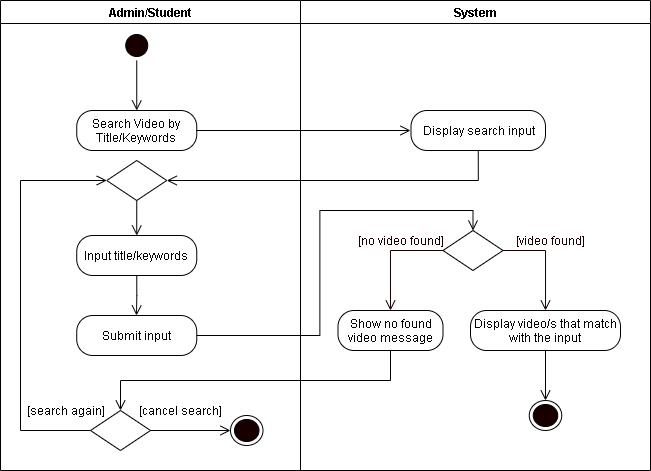
The draw.io diagram REVISIONS/UML-DIAGRAMS/6-9-2021/ACTIVITY DIAGRAM/11-Title Search.png in mrklglsn/CAPSTONE-FILES, before a commit. Source tidied: cells renumbered, new cells last; positions are measured from the earlier drawing's top-left corner, leaving out a move shared by most shapes. The source it was exported from:
```xml
<mxGraphModel>
  <root>
    <mxCell id="0" />
    <mxCell id="1" parent="0" />
    <mxCell id="2" value="Admin/Student" style="swimlane;startSize=23;" parent="1" vertex="1">
      <mxGeometry width="300" height="470" as="geometry" />
    </mxCell>
    <mxCell id="3" style="edgeStyle=orthogonalEdgeStyle;rounded=0;jettySize=auto;html=1;exitX=0.5;exitY=1;exitDx=0;exitDy=0;entryX=0.5;entryY=0;entryDx=0;entryDy=0;endArrow=open;endFill=0;endSize=8;" parent="2" edge="1" source="4">
      <mxGeometry relative="1" as="geometry">
        <mxPoint x="136.2" y="110" as="targetPoint" />
      </mxGeometry>
    </mxCell>
    <mxCell id="4" style="ellipse;html=1;shape=startState;fillColor=#190000;" parent="2" vertex="1">
      <mxGeometry x="121.2" y="30" width="30" height="30" as="geometry" />
    </mxCell>
    <mxCell id="5" value="Search Video by Title/Keywords" style="rounded=1;whiteSpace=wrap;html=1;arcSize=40;" parent="2" vertex="1">
      <mxGeometry x="76.2" y="110" width="120" height="40" as="geometry" />
    </mxCell>
    <mxCell id="6" value="Input title/keywords" style="rounded=1;whiteSpace=wrap;html=1;arcSize=40;" parent="2" vertex="1">
      <mxGeometry x="76.2" y="235" width="120" height="40" as="geometry" />
    </mxCell>
    <mxCell id="7" value="Submit input" style="rounded=1;whiteSpace=wrap;html=1;arcSize=40;" parent="2" vertex="1">
      <mxGeometry x="76.2" y="315" width="120" height="40" as="geometry" />
    </mxCell>
    <mxCell id="8" style="edgeStyle=orthogonalEdgeStyle;rounded=0;jettySize=auto;html=1;exitX=0.5;exitY=1;exitDx=0;exitDy=0;entryX=0.5;entryY=0;entryDx=0;entryDy=0;endArrow=open;endFill=0;endSize=8;" parent="2" edge="1" source="9" target="6">
      <mxGeometry relative="1" as="geometry" />
    </mxCell>
    <mxCell id="9" style="rhombus;whiteSpace=wrap;html=1;" parent="2" vertex="1">
      <mxGeometry x="106.2" y="160" width="60" height="40" as="geometry" />
    </mxCell>
    <mxCell id="10" style="edgeStyle=orthogonalEdgeStyle;rounded=0;jettySize=auto;html=1;exitX=0;exitY=0.5;exitDx=0;exitDy=0;entryX=0;entryY=0.5;entryDx=0;entryDy=0;endArrow=open;endFill=0;endSize=8;" parent="2" edge="1" source="11" target="9">
      <mxGeometry relative="1" as="geometry">
        <Array as="points">
          <mxPoint x="20" y="430" />
          <mxPoint x="20" y="180" />
        </Array>
      </mxGeometry>
    </mxCell>
    <mxCell id="11" style="rhombus;whiteSpace=wrap;html=1;" parent="2" vertex="1">
      <mxGeometry x="90" y="410" width="60" height="40" as="geometry" />
    </mxCell>
    <mxCell id="12" value="[search again]" style="text;html=1;align=center;verticalAlign=middle;strokeColor=none;rotation=0;" parent="2" vertex="1">
      <mxGeometry x="20" y="400" width="90" height="20" as="geometry" />
    </mxCell>
    <mxCell id="13" value="[cancel search]" style="text;html=1;align=center;verticalAlign=middle;strokeColor=none;rotation=0;" parent="2" vertex="1">
      <mxGeometry x="130" y="400" width="100" height="20" as="geometry" />
    </mxCell>
    <mxCell id="14" style="ellipse;html=1;shape=endState;fillColor=#190000;" parent="2" vertex="1">
      <mxGeometry x="230" y="415" width="32.5" height="30" as="geometry" />
    </mxCell>
    <mxCell id="15" style="edgeStyle=orthogonalEdgeStyle;rounded=0;jettySize=auto;html=1;exitX=1;exitY=0.5;exitDx=0;exitDy=0;endArrow=open;endFill=0;endSize=8;entryX=0;entryY=0.5;entryDx=0;entryDy=0;" parent="2" edge="1" source="11" target="14">
      <mxGeometry relative="1" as="geometry" />
    </mxCell>
    <mxCell id="16" value="System" style="swimlane;" parent="1" vertex="1">
      <mxGeometry x="300" width="350" height="470" as="geometry" />
    </mxCell>
    <mxCell id="17" style="rhombus;whiteSpace=wrap;html=1;" parent="16" vertex="1">
      <mxGeometry x="142.5" y="230" width="60" height="40" as="geometry" />
    </mxCell>
    <mxCell id="18" value="&lt;font color=&quot;#190000&quot;&gt;[video found]&lt;/font&gt;" style="text;html=1;align=center;verticalAlign=middle;strokeColor=none;fontColor=#FFFFFF;" parent="16" vertex="1">
      <mxGeometry x="210" y="230" width="80" height="20" as="geometry" />
    </mxCell>
    <mxCell id="19" value="&lt;font color=&quot;#190000&quot;&gt;[no video found]&lt;/font&gt;" style="text;html=1;align=center;verticalAlign=middle;strokeColor=none;fontColor=#FFFFFF;" parent="16" vertex="1">
      <mxGeometry x="50" y="230" width="100" height="20" as="geometry" />
    </mxCell>
    <mxCell id="20" value="Show no found video message" style="rounded=1;whiteSpace=wrap;html=1;arcSize=40;" parent="16" vertex="1">
      <mxGeometry x="37.5" y="310" width="105" height="40" as="geometry" />
    </mxCell>
    <mxCell id="21" style="edgeStyle=orthogonalEdgeStyle;rounded=0;jettySize=auto;html=1;exitX=0.5;exitY=1;exitDx=0;exitDy=0;entryX=0.5;entryY=0;entryDx=0;entryDy=0;endArrow=open;endFill=0;endSize=8;" parent="16" edge="1" source="22" target="26">
      <mxGeometry relative="1" as="geometry" />
    </mxCell>
    <mxCell id="22" value="Display video/s that match with the input" style="rounded=1;whiteSpace=wrap;html=1;arcSize=40;" parent="16" vertex="1">
      <mxGeometry x="170" y="310" width="150" height="40" as="geometry" />
    </mxCell>
    <mxCell id="23" style="edgeStyle=orthogonalEdgeStyle;rounded=0;jettySize=auto;html=1;exitX=0;exitY=0.5;exitDx=0;exitDy=0;fontColor=#FFFFFF;endArrow=open;endFill=0;endSize=8;strokeColor=#190000;entryX=0.5;entryY=0;entryDx=0;entryDy=0;" parent="16" edge="1" source="17" target="20">
      <mxGeometry relative="1" as="geometry" />
    </mxCell>
    <mxCell id="24" style="edgeStyle=orthogonalEdgeStyle;rounded=0;jettySize=auto;html=1;exitX=1;exitY=0.5;exitDx=0;exitDy=0;fontColor=#FFFFFF;endArrow=open;endFill=0;endSize=8;strokeColor=#190000;entryX=0.5;entryY=0;entryDx=0;entryDy=0;" parent="16" edge="1" source="17" target="22">
      <mxGeometry relative="1" as="geometry" />
    </mxCell>
    <mxCell id="25" value="Display search input" style="rounded=1;whiteSpace=wrap;html=1;arcSize=40;" parent="16" vertex="1">
      <mxGeometry x="110.5" y="110" width="134.5" height="40" as="geometry" />
    </mxCell>
    <mxCell id="26" style="ellipse;html=1;shape=endState;fillColor=#190000;" parent="16" vertex="1">
      <mxGeometry x="228.8" y="400" width="32.5" height="30" as="geometry" />
    </mxCell>
    <mxCell id="27" style="edgeStyle=orthogonalEdgeStyle;rounded=0;jettySize=auto;html=1;exitX=1;exitY=0.5;exitDx=0;exitDy=0;endArrow=open;endFill=0;endSize=8;" parent="1" edge="1" source="5">
      <mxGeometry relative="1" as="geometry">
        <mxPoint x="410" y="130" as="targetPoint" />
      </mxGeometry>
    </mxCell>
    <mxCell id="28" style="edgeStyle=orthogonalEdgeStyle;rounded=0;jettySize=auto;html=1;exitX=0.5;exitY=1;exitDx=0;exitDy=0;endArrow=open;endFill=0;endSize=8;" parent="1" edge="1" source="6">
      <mxGeometry relative="1" as="geometry">
        <mxPoint x="136" y="315" as="targetPoint" />
      </mxGeometry>
    </mxCell>
    <mxCell id="29" style="edgeStyle=orthogonalEdgeStyle;rounded=0;jettySize=auto;html=1;exitX=1;exitY=0.5;exitDx=0;exitDy=0;entryX=0.5;entryY=0;entryDx=0;entryDy=0;endArrow=open;endFill=0;endSize=8;" parent="1" edge="1" source="7" target="17">
      <mxGeometry relative="1" as="geometry" />
    </mxCell>
    <mxCell id="30" style="edgeStyle=orthogonalEdgeStyle;rounded=0;jettySize=auto;html=1;exitX=0.5;exitY=1;exitDx=0;exitDy=0;entryX=1;entryY=0.5;entryDx=0;entryDy=0;endArrow=open;endFill=0;endSize=8;" parent="1" edge="1" source="25" target="9">
      <mxGeometry relative="1" as="geometry" />
    </mxCell>
    <mxCell id="31" style="edgeStyle=orthogonalEdgeStyle;rounded=0;jettySize=auto;html=1;exitX=0.5;exitY=1;exitDx=0;exitDy=0;entryX=0.5;entryY=0;entryDx=0;entryDy=0;endArrow=open;endFill=0;endSize=8;" parent="1" edge="1" source="20" target="11">
      <mxGeometry relative="1" as="geometry" />
    </mxCell>
  </root>
</mxGraphModel>
```
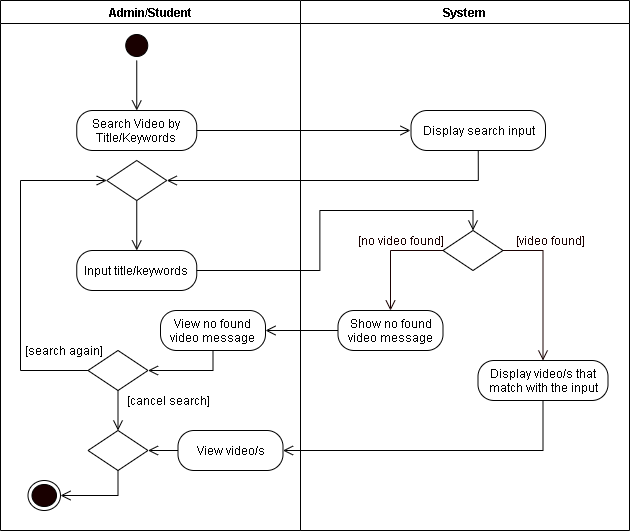
Above is the later version.

The edit, as a diff of the source:
```diff
@@ -3,13 +3,13 @@
     <mxCell id="0" />
     <mxCell id="1" parent="0" />
     <mxCell id="2" value="Admin/Student" style="swimlane;startSize=23;" parent="1" vertex="1">
-      <mxGeometry width="300" height="470" as="geometry" />
+      <mxGeometry width="300" height="530" as="geometry" />
     </mxCell>
-    <mxCell id="3" style="edgeStyle=orthogonalEdgeStyle;rounded=0;jettySize=auto;html=1;exitX=0.5;exitY=1;exitDx=0;exitDy=0;entryX=0.5;entryY=0;entryDx=0;entryDy=0;endArrow=open;endFill=0;endSize=8;" parent="2" edge="1" source="4">
-      <mxGeometry relative="1" as="geometry">
-        <mxPoint x="136.2" y="110" as="targetPoint" />
-      </mxGeometry>
-    </mxCell>
+    <mxCell id="32" style="edgeStyle=orthogonalEdgeStyle;rounded=0;jettySize=auto;html=1;exitX=0.5;exitY=1;exitDx=0;exitDy=0;entryX=0.5;entryY=0;entryDx=0;entryDy=0;endArrow=open;endFill=0;endSize=8;" parent="2" edge="1" source="4">
+      <mxGeometry relative="1" as="geometry">
+        <mxPoint x="136.2" y="110" as="targetPoint" />
+      </mxGeometry>
+    </mxCell>
     <mxCell id="4" style="ellipse;html=1;shape=startState;fillColor=#190000;" parent="2" vertex="1">
       <mxGeometry x="121.2" y="30" width="30" height="30" as="geometry" />
     </mxCell>
@@ -17,42 +17,57 @@
       <mxGeometry x="76.2" y="110" width="120" height="40" as="geometry" />
     </mxCell>
     <mxCell id="6" value="Input title/keywords" style="rounded=1;whiteSpace=wrap;html=1;arcSize=40;" parent="2" vertex="1">
-      <mxGeometry x="76.2" y="235" width="120" height="40" as="geometry" />
+      <mxGeometry x="76.2" y="250" width="120" height="40" as="geometry" />
     </mxCell>
-    <mxCell id="7" value="Submit input" style="rounded=1;whiteSpace=wrap;html=1;arcSize=40;" parent="2" vertex="1">
-      <mxGeometry x="76.2" y="315" width="120" height="40" as="geometry" />
-    </mxCell>
     <mxCell id="8" style="edgeStyle=orthogonalEdgeStyle;rounded=0;jettySize=auto;html=1;exitX=0.5;exitY=1;exitDx=0;exitDy=0;entryX=0.5;entryY=0;entryDx=0;entryDy=0;endArrow=open;endFill=0;endSize=8;" parent="2" edge="1" source="9" target="6">
       <mxGeometry relative="1" as="geometry" />
     </mxCell>
     <mxCell id="9" style="rhombus;whiteSpace=wrap;html=1;" parent="2" vertex="1">
       <mxGeometry x="106.2" y="160" width="60" height="40" as="geometry" />
     </mxCell>
-    <mxCell id="10" style="edgeStyle=orthogonalEdgeStyle;rounded=0;jettySize=auto;html=1;exitX=0;exitY=0.5;exitDx=0;exitDy=0;entryX=0;entryY=0.5;entryDx=0;entryDy=0;endArrow=open;endFill=0;endSize=8;" parent="2" edge="1" source="11" target="9">
-      <mxGeometry relative="1" as="geometry">
-        <Array as="points">
-          <mxPoint x="20" y="430" />
-          <mxPoint x="20" y="180" />
-        </Array>
-      </mxGeometry>
-    </mxCell>
-    <mxCell id="11" style="rhombus;whiteSpace=wrap;html=1;" parent="2" vertex="1">
-      <mxGeometry x="90" y="410" width="60" height="40" as="geometry" />
-    </mxCell>
+    <mxCell id="33" style="edgeStyle=orthogonalEdgeStyle;rounded=0;jettySize=auto;html=1;exitX=0;exitY=0.5;exitDx=0;exitDy=0;entryX=0;entryY=0.5;entryDx=0;entryDy=0;endArrow=open;endFill=0;endSize=8;" parent="2" edge="1" source="35" target="9">
+      <mxGeometry relative="1" as="geometry">
+        <Array as="points">
+          <mxPoint x="20" y="370" />
+          <mxPoint x="20" y="180" />
+        </Array>
+      </mxGeometry>
+    </mxCell>
+    <mxCell id="34" style="edgeStyle=orthogonalEdgeStyle;rounded=0;jettySize=auto;html=1;exitX=0.5;exitY=1;exitDx=0;exitDy=0;entryX=0.5;entryY=0;entryDx=0;entryDy=0;endArrow=open;endFill=0;endSize=8;" parent="2" edge="1" source="35" target="37">
+      <mxGeometry relative="1" as="geometry" />
+    </mxCell>
+    <mxCell id="35" style="rhombus;whiteSpace=wrap;html=1;" parent="2" vertex="1">
+      <mxGeometry x="87.5" y="350" width="60" height="40" as="geometry" />
+    </mxCell>
     <mxCell id="12" value="[search again]" style="text;html=1;align=center;verticalAlign=middle;strokeColor=none;rotation=0;" parent="2" vertex="1">
-      <mxGeometry x="20" y="400" width="90" height="20" as="geometry" />
+      <mxGeometry x="17.5" y="340" width="90" height="20" as="geometry" />
     </mxCell>
     <mxCell id="13" value="[cancel search]" style="text;html=1;align=center;verticalAlign=middle;strokeColor=none;rotation=0;" parent="2" vertex="1">
-      <mxGeometry x="130" y="400" width="100" height="20" as="geometry" />
+      <mxGeometry x="117.5" y="390" width="100" height="20" as="geometry" />
     </mxCell>
-    <mxCell id="14" style="ellipse;html=1;shape=endState;fillColor=#190000;" parent="2" vertex="1">
-      <mxGeometry x="230" y="415" width="32.5" height="30" as="geometry" />
-    </mxCell>
-    <mxCell id="15" style="edgeStyle=orthogonalEdgeStyle;rounded=0;jettySize=auto;html=1;exitX=1;exitY=0.5;exitDx=0;exitDy=0;endArrow=open;endFill=0;endSize=8;entryX=0;entryY=0.5;entryDx=0;entryDy=0;" parent="2" edge="1" source="11" target="14">
-      <mxGeometry relative="1" as="geometry" />
-    </mxCell>
+    <mxCell id="36" style="edgeStyle=orthogonalEdgeStyle;rounded=0;jettySize=auto;html=1;exitX=0.5;exitY=1;exitDx=0;exitDy=0;entryX=1;entryY=0.5;entryDx=0;entryDy=0;endArrow=open;endFill=0;endSize=8;" parent="2" edge="1" source="37" target="42">
+      <mxGeometry relative="1" as="geometry" />
+    </mxCell>
+    <mxCell id="37" style="rhombus;whiteSpace=wrap;html=1;" parent="2" vertex="1">
+      <mxGeometry x="87.5" y="430" width="60" height="40" as="geometry" />
+    </mxCell>
+    <mxCell id="38" style="edgeStyle=orthogonalEdgeStyle;rounded=0;jettySize=auto;html=1;exitX=0.5;exitY=1;exitDx=0;exitDy=0;entryX=1;entryY=0.5;entryDx=0;entryDy=0;endArrow=open;endFill=0;endSize=8;" parent="2" edge="1" source="39" target="35">
+      <mxGeometry relative="1" as="geometry" />
+    </mxCell>
+    <mxCell id="39" value="View no found video message" style="rounded=1;whiteSpace=wrap;html=1;arcSize=40;" parent="2" vertex="1">
+      <mxGeometry x="160" y="310" width="105" height="40" as="geometry" />
+    </mxCell>
+    <mxCell id="40" style="edgeStyle=orthogonalEdgeStyle;rounded=0;jettySize=auto;html=1;exitX=0;exitY=0.5;exitDx=0;exitDy=0;endArrow=open;endFill=0;endSize=8;" parent="2" edge="1" source="41" target="37">
+      <mxGeometry relative="1" as="geometry" />
+    </mxCell>
+    <mxCell id="41" value="View video/s" style="rounded=1;whiteSpace=wrap;html=1;arcSize=40;" parent="2" vertex="1">
+      <mxGeometry x="177.5" y="430" width="105" height="40" as="geometry" />
+    </mxCell>
+    <mxCell id="42" style="ellipse;html=1;shape=endState;fillColor=#190000;" parent="2" vertex="1">
+      <mxGeometry x="27.5" y="480" width="32.5" height="30" as="geometry" />
+    </mxCell>
     <mxCell id="16" value="System" style="swimlane;" parent="1" vertex="1">
-      <mxGeometry x="300" width="350" height="470" as="geometry" />
+      <mxGeometry x="300" width="329" height="530" as="geometry" />
     </mxCell>
     <mxCell id="17" style="rhombus;whiteSpace=wrap;html=1;" parent="16" vertex="1">
       <mxGeometry x="142.5" y="230" width="60" height="40" as="geometry" />
@@ -66,11 +81,13 @@
     <mxCell id="20" value="Show no found video message" style="rounded=1;whiteSpace=wrap;html=1;arcSize=40;" parent="16" vertex="1">
       <mxGeometry x="37.5" y="310" width="105" height="40" as="geometry" />
     </mxCell>
-    <mxCell id="21" style="edgeStyle=orthogonalEdgeStyle;rounded=0;jettySize=auto;html=1;exitX=0.5;exitY=1;exitDx=0;exitDy=0;entryX=0.5;entryY=0;entryDx=0;entryDy=0;endArrow=open;endFill=0;endSize=8;" parent="16" edge="1" source="22" target="26">
-      <mxGeometry relative="1" as="geometry" />
-    </mxCell>
+    <mxCell id="43" style="edgeStyle=orthogonalEdgeStyle;rounded=0;jettySize=auto;html=1;exitX=0.5;exitY=1;exitDx=0;exitDy=0;entryX=0.5;entryY=0;entryDx=0;entryDy=0;endArrow=open;endFill=0;endSize=8;" parent="16" edge="1" source="22">
+      <mxGeometry relative="1" as="geometry">
+        <mxPoint x="242.5" y="400" as="targetPoint" />
+      </mxGeometry>
+    </mxCell>
     <mxCell id="22" value="Display video/s that match with the input" style="rounded=1;whiteSpace=wrap;html=1;arcSize=40;" parent="16" vertex="1">
-      <mxGeometry x="170" y="310" width="150" height="40" as="geometry" />
+      <mxGeometry x="177.5" y="360" width="130" height="40" as="geometry" />
     </mxCell>
     <mxCell id="23" style="edgeStyle=orthogonalEdgeStyle;rounded=0;jettySize=auto;html=1;exitX=0;exitY=0.5;exitDx=0;exitDy=0;fontColor=#FFFFFF;endArrow=open;endFill=0;endSize=8;strokeColor=#190000;entryX=0.5;entryY=0;entryDx=0;entryDy=0;" parent="16" edge="1" source="17" target="20">
       <mxGeometry relative="1" as="geometry" />
@@ -81,27 +98,22 @@
     <mxCell id="25" value="Display search input" style="rounded=1;whiteSpace=wrap;html=1;arcSize=40;" parent="16" vertex="1">
       <mxGeometry x="110.5" y="110" width="134.5" height="40" as="geometry" />
     </mxCell>
-    <mxCell id="26" style="ellipse;html=1;shape=endState;fillColor=#190000;" parent="16" vertex="1">
-      <mxGeometry x="228.8" y="400" width="32.5" height="30" as="geometry" />
-    </mxCell>
-    <mxCell id="27" style="edgeStyle=orthogonalEdgeStyle;rounded=0;jettySize=auto;html=1;exitX=1;exitY=0.5;exitDx=0;exitDy=0;endArrow=open;endFill=0;endSize=8;" parent="1" edge="1" source="5">
-      <mxGeometry relative="1" as="geometry">
-        <mxPoint x="410" y="130" as="targetPoint" />
-      </mxGeometry>
-    </mxCell>
-    <mxCell id="28" style="edgeStyle=orthogonalEdgeStyle;rounded=0;jettySize=auto;html=1;exitX=0.5;exitY=1;exitDx=0;exitDy=0;endArrow=open;endFill=0;endSize=8;" parent="1" edge="1" source="6">
-      <mxGeometry relative="1" as="geometry">
-        <mxPoint x="136" y="315" as="targetPoint" />
-      </mxGeometry>
-    </mxCell>
-    <mxCell id="29" style="edgeStyle=orthogonalEdgeStyle;rounded=0;jettySize=auto;html=1;exitX=1;exitY=0.5;exitDx=0;exitDy=0;entryX=0.5;entryY=0;entryDx=0;entryDy=0;endArrow=open;endFill=0;endSize=8;" parent="1" edge="1" source="7" target="17">
-      <mxGeometry relative="1" as="geometry" />
-    </mxCell>
+    <mxCell id="44" style="edgeStyle=orthogonalEdgeStyle;rounded=0;jettySize=auto;html=1;exitX=1;exitY=0.5;exitDx=0;exitDy=0;endArrow=open;endFill=0;endSize=8;" parent="1" edge="1" source="5">
+      <mxGeometry relative="1" as="geometry">
+        <mxPoint x="410" y="130" as="targetPoint" />
+      </mxGeometry>
+    </mxCell>
+    <mxCell id="45" style="edgeStyle=orthogonalEdgeStyle;rounded=0;jettySize=auto;html=1;exitX=1;exitY=0.5;exitDx=0;exitDy=0;entryX=0.5;entryY=0;entryDx=0;entryDy=0;endArrow=open;endFill=0;endSize=8;" parent="1" edge="1" source="6" target="17">
+      <mxGeometry relative="1" as="geometry" />
+    </mxCell>
     <mxCell id="30" style="edgeStyle=orthogonalEdgeStyle;rounded=0;jettySize=auto;html=1;exitX=0.5;exitY=1;exitDx=0;exitDy=0;entryX=1;entryY=0.5;entryDx=0;entryDy=0;endArrow=open;endFill=0;endSize=8;" parent="1" edge="1" source="25" target="9">
       <mxGeometry relative="1" as="geometry" />
     </mxCell>
-    <mxCell id="31" style="edgeStyle=orthogonalEdgeStyle;rounded=0;jettySize=auto;html=1;exitX=0.5;exitY=1;exitDx=0;exitDy=0;entryX=0.5;entryY=0;entryDx=0;entryDy=0;endArrow=open;endFill=0;endSize=8;" parent="1" edge="1" source="20" target="11">
-      <mxGeometry relative="1" as="geometry" />
-    </mxCell>
+    <mxCell id="46" style="edgeStyle=orthogonalEdgeStyle;rounded=0;jettySize=auto;html=1;exitX=0;exitY=0.5;exitDx=0;exitDy=0;entryX=1;entryY=0.5;entryDx=0;entryDy=0;endArrow=open;endFill=0;endSize=8;" parent="1" edge="1" source="20" target="39">
+      <mxGeometry relative="1" as="geometry" />
+    </mxCell>
+    <mxCell id="47" style="edgeStyle=orthogonalEdgeStyle;rounded=0;jettySize=auto;html=1;exitX=0.5;exitY=1;exitDx=0;exitDy=0;entryX=1;entryY=0.5;entryDx=0;entryDy=0;endArrow=open;endFill=0;endSize=8;" parent="1" edge="1" source="22" target="41">
+      <mxGeometry relative="1" as="geometry" />
+    </mxCell>
   </root>
 </mxGraphModel>
```
